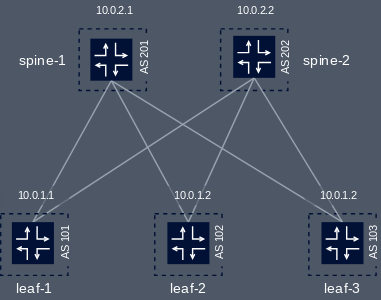
This is st.svg from FloSch62/grafana_flow, a draw.io export, as it was before one commit. Source tidied: cells renumbered, new cells last; positions are measured from the earlier drawing's top-left corner, leaving out a move shared by most shapes.
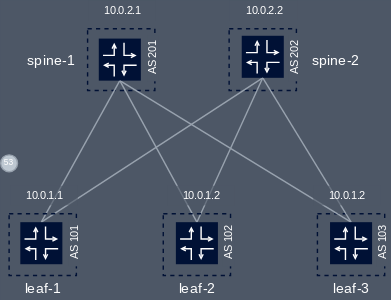
Later version of the same file.

The edit, as a diff of the source:
```diff
@@ -290,5 +290,8 @@
     <mxCell id="57" value="&lt;div style=&quot;font-size: 8px&quot;&gt;&lt;span style=&quot;font-size: 8px ; color: rgb(255 , 255 , 255)&quot;&gt;10.0.2.2&lt;/span&gt;&lt;/div&gt;" style="text;html=1;align=center;verticalAlign=middle;fontSize=8;fontFamily=Fira Code;fontColor=#001135;fontSource=https%3A%2F%2Ffonts.googleapis.com%2Fcss%3Ffamily%3DFira%2BCode;rotation=0;fillColor=#4D5766;opacity=60;" parent="1" vertex="1">
       <mxGeometry x="157.5" width="48" height="14" as="geometry" />
     </mxCell>
+    <mxCell id="58" value="53" style="ellipse;whiteSpace=wrap;html=1;fontColor=#FFFFFF;fontSize=6;strokeColor=#98A2AE;fillColor=#BEC8D2;" parent="1" vertex="1">
+      <mxGeometry x="-6" y="110" width="12" height="12" as="geometry" />
+    </mxCell>
   </root>
 </mxGraphModel>
```
